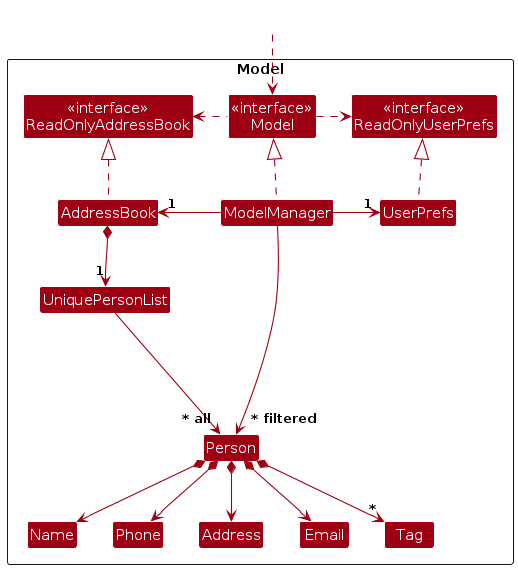
Before: diagrams/ModelClassDiagram.png, a diagram exported from PlantUML (AY2627S1-CS2103T-F13-2/tp). Its source is kept beside it as diagrams/ModelClassDiagram.puml.
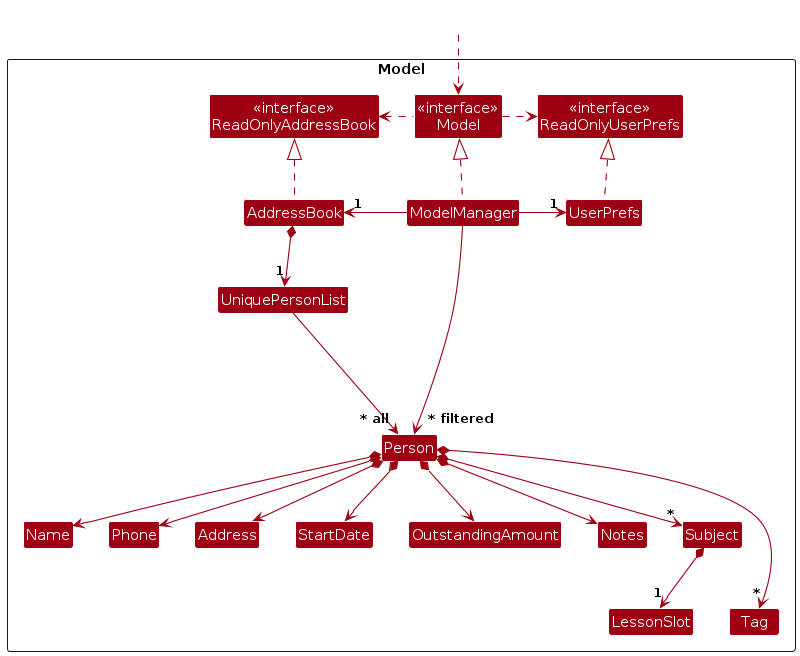
Above is the later version.

The edit, as a diff of the source:
```diff
@@ -15,9 +15,16 @@
 Class UniquePersonList
 Class Person
 Class Address
-Class Email
 Class Name
+Class Notes
+Class OutstandingAmount
 Class Phone
+Class StartDate
+Class Subject
+Class LessonSlot {
+    - day: DayOfWeek
+    - startTime: LocalTime
+}
 Class Tag
 
 Class I #FFFFFF
@@ -39,16 +46,24 @@
 UniquePersonList --> "~* all" Person
 Person *--> Name
 Person *--> Phone
-Person *--> Email
 Person *--> Address
+Person *--> StartDate
+Person *--> OutstandingAmount
+Person *--> Notes
+Person *--> "*" Subject
 Person *--> "*" Tag
+Subject *--> "1" LessonSlot
 
 Person -[hidden]up--> I
 UniquePersonList -[hidden]right-> I
 
 Name -[hidden]right-> Phone
 Phone -[hidden]right-> Address
-Address -[hidden]right-> Email
+Address -[hidden]right-> StartDate
+StartDate -[hidden]right-> OutstandingAmount
+OutstandingAmount -[hidden]right-> Notes
+Notes -[hidden]right-> Subject
+LessonSlot -[hidden]right-> Tag
 
 ModelManager --> "~* filtered" Person
 @enduml
```
